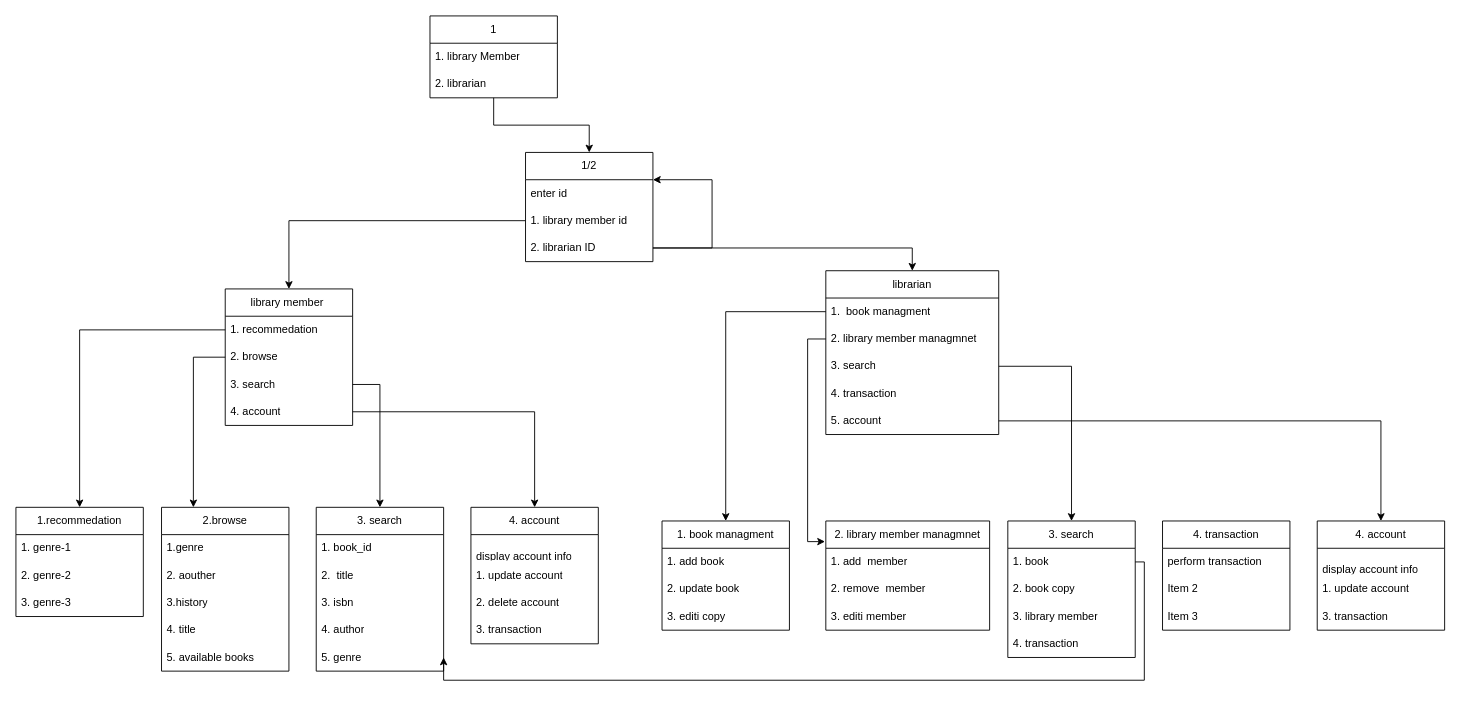
Earlier version of the draw.io diagram resources/RD.drawio (DeepBlue-dot/library-management-system). Source tidied: cells renumbered, new cells numbered last; positions are measured from the earlier drawing's top-left corner, leaving out a move shared by most shapes. Both pictures are drawn from the tidied source at 91%, with x=0, y=0 at pixel (15, 15).
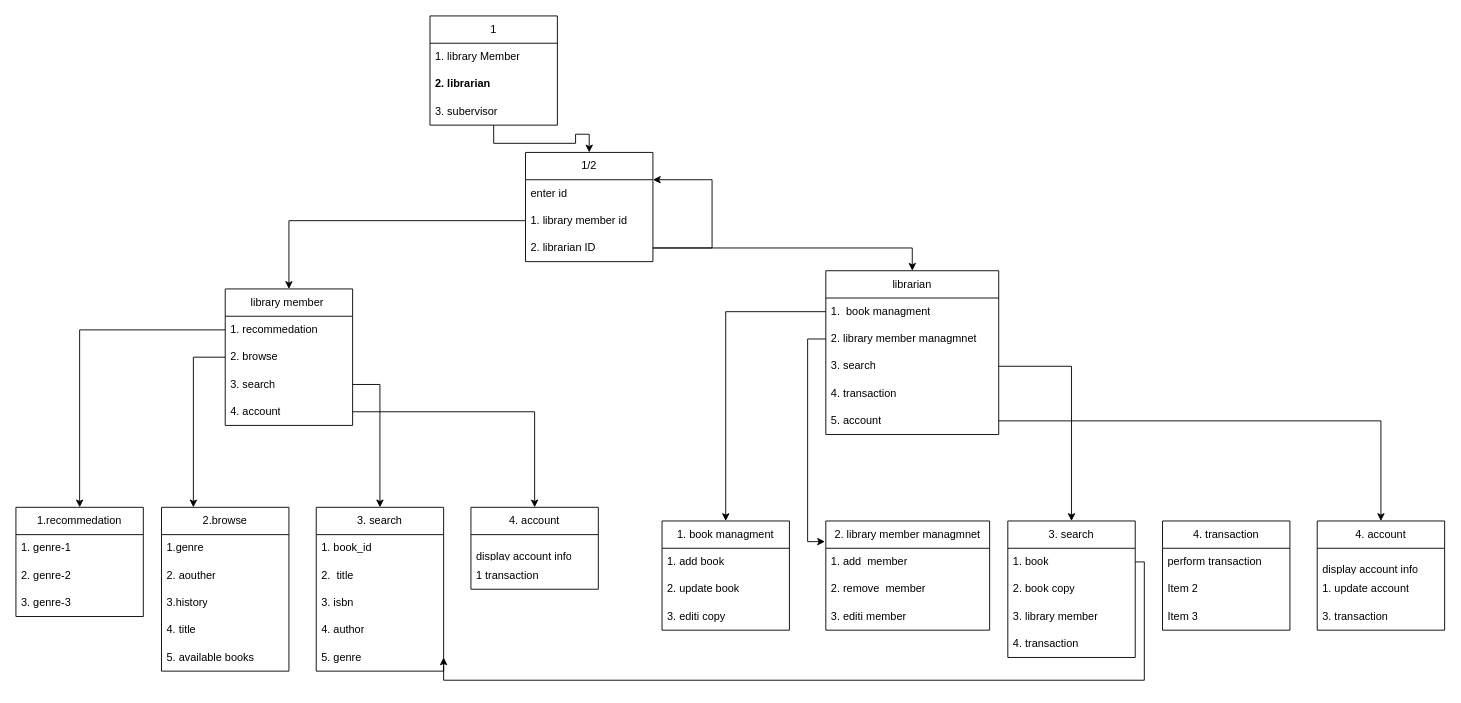
The same diagram, later.

Diff of the diagram source:
```diff
@@
     <mxCell id="3" value="1" style="swimlane;fontStyle=0;horizontal=1;startSize=30;whiteSpace=wrap;html=1;" parent="1" vertex="1">
-      <mxGeometry x="455" width="140" height="90" as="geometry" />
+      <mxGeometry x="455" width="140" height="120" as="geometry" />
     </mxCell>
@@
-    <mxCell id="5" value="2. librarian" style="text;strokeColor=none;fillColor=none;align=left;verticalAlign=middle;spacingLeft=4;spacingRight=4;overflow=hidden;whiteSpace=wrap;html=1;" parent="3" vertex="1">
+    <mxCell id="5" value="2. librarian" style="text;strokeColor=none;fillColor=none;align=left;verticalAlign=middle;spacingLeft=4;spacingRight=4;overflow=hidden;whiteSpace=wrap;html=1;fontStyle=1;" parent="3" vertex="1">
       <mxGeometry y="60" width="140" height="30" as="geometry" />
     </mxCell>
+    <mxCell id="75" value="3. subervisor" style="text;strokeColor=none;fillColor=none;align=left;verticalAlign=middle;spacingLeft=4;spacingRight=4;overflow=hidden;whiteSpace=wrap;html=1;" parent="3" vertex="1">
+      <mxGeometry y="90" width="140" height="30" as="geometry" />
+    </mxCell>
@@
     <mxCell id="43" value="4. account" style="swimlane;fontStyle=0;horizontal=1;startSize=30;whiteSpace=wrap;html=1;" parent="1" vertex="1">
-      <mxGeometry x="500" y="540" width="140" height="150" as="geometry" />
+      <mxGeometry x="500" y="540" width="140" height="90" as="geometry" />
     </mxCell>
@@
-    <mxCell id="45" value="1. update account" style="text;strokeColor=none;fillColor=none;align=left;verticalAlign=middle;spacingLeft=4;spacingRight=4;overflow=hidden;whiteSpace=wrap;html=1;" parent="43" vertex="1">
-      <mxGeometry y="60" width="140" height="30" as="geometry" />
-    </mxCell>
-    <mxCell id="46" value="2. delete account" style="text;strokeColor=none;fillColor=none;align=left;verticalAlign=middle;spacingLeft=4;spacingRight=4;overflow=hidden;whiteSpace=wrap;html=1;" parent="43" vertex="1">
-      <mxGeometry y="90" width="140" height="30" as="geometry" />
-    </mxCell>
-    <mxCell id="47" value="3. transaction" style="text;strokeColor=none;fillColor=none;align=left;verticalAlign=middle;spacingLeft=4;spacingRight=4;overflow=hidden;whiteSpace=wrap;html=1;" parent="43" vertex="1">
-      <mxGeometry y="120" width="140" height="30" as="geometry" />
+    <mxCell id="47" value="1 transaction" style="text;strokeColor=none;fillColor=none;align=left;verticalAlign=middle;spacingLeft=4;spacingRight=4;overflow=hidden;whiteSpace=wrap;html=1;" parent="43" vertex="1">
+      <mxGeometry y="60" width="140" height="30" as="geometry" />
     </mxCell>
```
